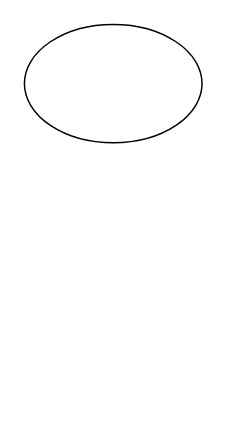
Above: 未命名绘图.drawio in PendulumYe/draw-memory-pool (draw.io), before the change. Source tidied: cells renumbered, new cells numbered last; positions are measured from the earlier drawing's top-left corner, leaving out a move shared by most shapes. Both pictures are drawn from the tidied source at 148%, with x=0, y=0 at pixel (24, 24).
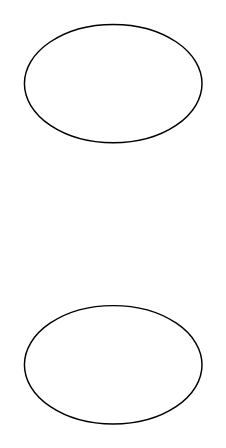
Above is the later version.

What changed in the source:
```diff
@@
 <mxGraphModel>
   <root>
     <mxCell id="0" />
     <mxCell id="1" parent="0" />
     <mxCell id="2" style="ellipse;whiteSpace=wrap;html=1;" parent="1" vertex="1">
       <mxGeometry width="120" height="80" as="geometry" />
     </mxCell>
+    <mxCell id="3" style="ellipse;whiteSpace=wrap;html=1;" parent="1" vertex="1">
+      <mxGeometry y="190" width="120" height="80" as="geometry" />
+    </mxCell>
   </root>
 </mxGraphModel>
```
